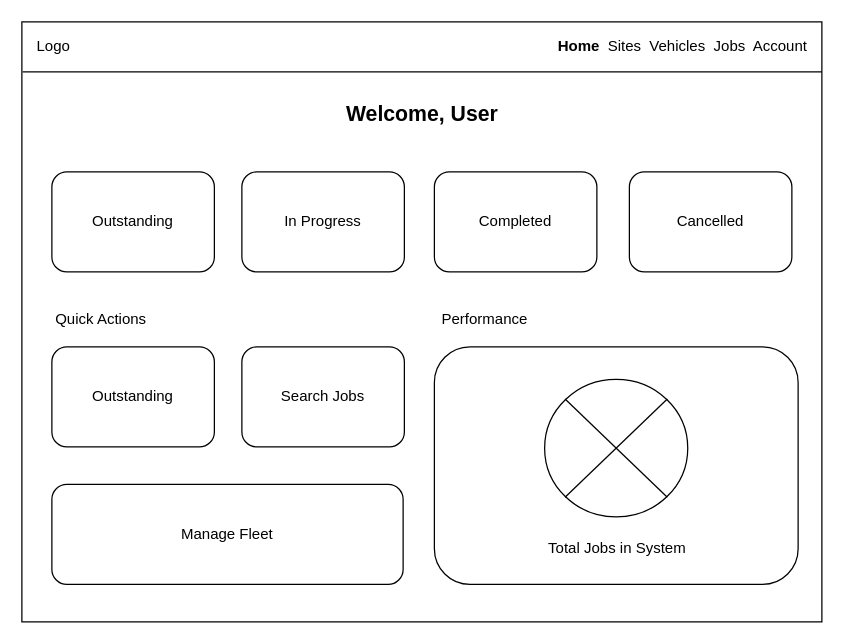
This is project-root/prototypes/Desktop/home.drawio from quietpanda284/logistics_app, a draw.io file, before an edit. Source tidied: cells renumbered, new cells numbered last; positions are measured from the earlier drawing's top-left corner, leaving out a move shared by most shapes. Both pictures are drawn from the tidied source at 125%, with x=0, y=0 at pixel (21, 21).
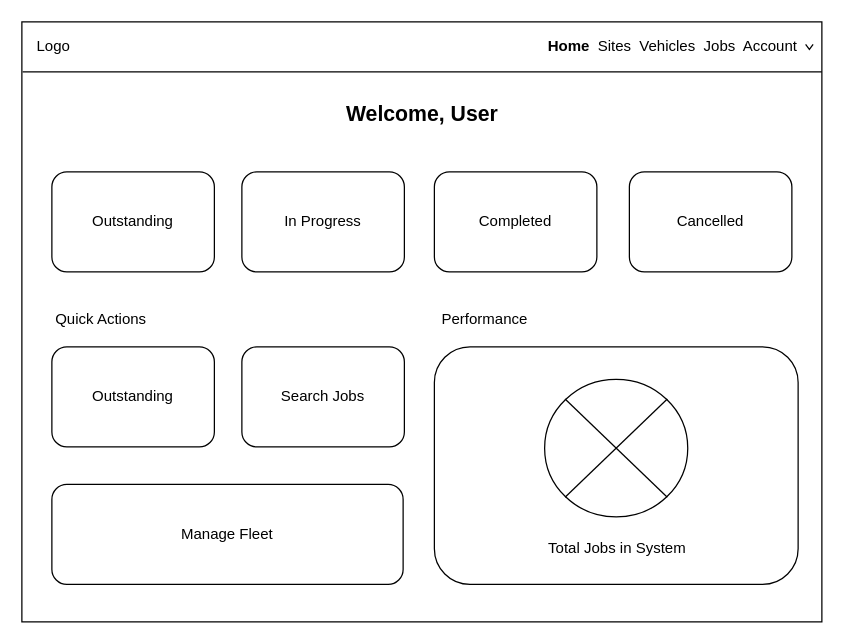
The same page after the edit.

What changed in the source:
```diff
@@
     <mxCell id="18" value="&lt;b&gt;Home&lt;/b&gt;&amp;nbsp; Sites&amp;nbsp; Vehicles&amp;nbsp; Jobs&amp;nbsp; Account&amp;nbsp;" style="text;html=1;align=center;verticalAlign=middle;strokeColor=none;fillColor=none;" parent="1" vertex="1">
-      <mxGeometry x="415" y="5" width="230" height="30" as="geometry" />
+      <mxGeometry x="407" y="5" width="230" height="30" as="geometry" />
     </mxCell>
+    <mxCell id="19" style="html=1;verticalLabelPosition=bottom;labelBackgroundColor=#ffffff;verticalAlign=top;shadow=0;dashed=0;strokeWidth=1;shape=mxgraph.ios7.misc.down;strokeColor=default;" parent="1" vertex="1">
+      <mxGeometry x="627" y="18" width="6" height="4" as="geometry" />
+    </mxCell>
```
